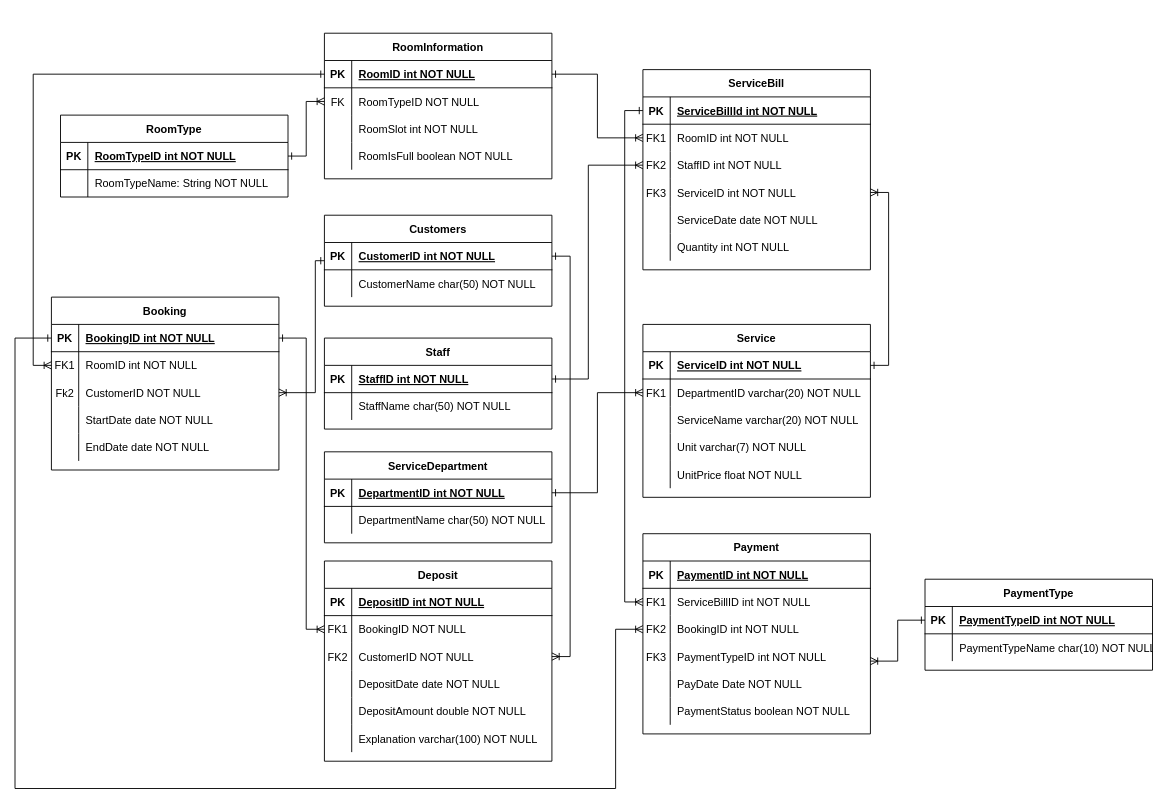
Before: Diagram/Entity Relationship Diagram.drawio in jonathanha52/SE104.L23.PMCL, a draw.io diagram. Source tidied: cells renumbered, new cells numbered last; positions are measured from the earlier drawing's top-left corner, leaving out a move shared by most shapes. Both pictures are drawn from the tidied source at 91%, with x=0, y=0 at pixel (15, 33).
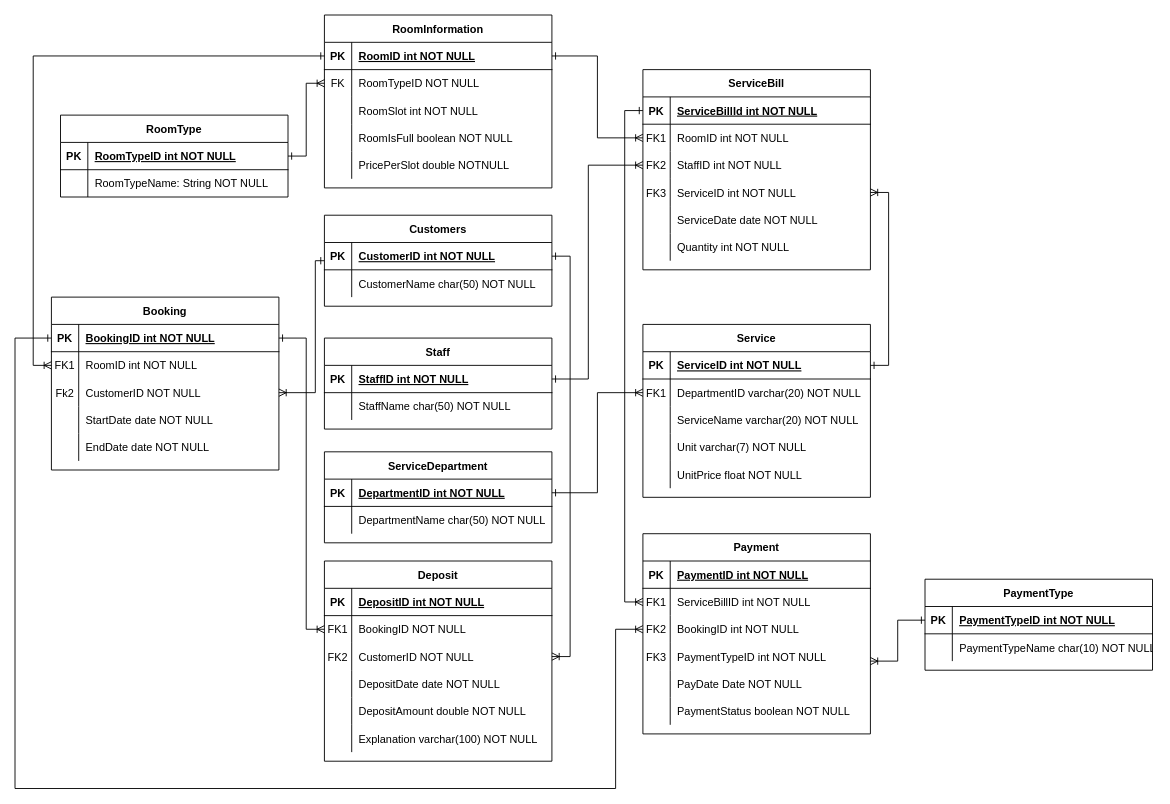
The same page after the edit.

The change refers to these unchanged cells:
```xml
<mxCell id="7" style="shape=partialRectangle;fillColor=none;points=[[0,0.5],[1,0.5]];portConstraint=eastwest;top=0;left=0;right=0;bottom=0;" parent="3" vertex="1">
  <mxGeometry y="60" width="250" height="30" as="geometry" />
</mxCell>
<mxCell id="80" style="shape=partialRectangle;fillColor=none;points=[[0,0.5],[1,0.5]];portConstraint=eastwest;top=0;left=0;right=0;bottom=1;" parent="79" vertex="1">
  <mxGeometry y="30" width="250" height="30" as="geometry" />
</mxCell>
<mxCell id="127" style="shape=partialRectangle;fillColor=none;points=[[0,0.5],[1,0.5]];portConstraint=eastwest;top=0;left=0;right=0;bottom=0;" parent="123" vertex="1">
  <mxGeometry y="60" width="250" height="30" as="geometry" />
</mxCell>
```

What changed in the source:
```diff
@@
     <mxCell id="2" style="endArrow=ERoneToMany;startArrow=ERone;endFill=0;startFill=0;edgeStyle=orthogonalEdgeStyle;rounded=0;exitX=1;exitY=0.5;exitDx=0;exitDy=0;" parent="1" edge="1" source="80" target="7">
       <mxGeometry relative="1" as="geometry">
         <Array as="points">
-          <mxPoint x="640" y="45" />
+          <mxPoint x="640" y="25" />
           <mxPoint x="640" y="115" />
         </Array>
       </mxGeometry>
     </mxCell>
@@
     <mxCell id="79" value="RoomInformation" style="shape=table;startSize=30;childLayout=tableLayout;rowLines=0;fontStyle=1;align=center;" parent="1" vertex="1">
-      <mxGeometry x="340" width="250" height="160" as="geometry" />
+      <mxGeometry x="340" y="-20" width="250" height="190" as="geometry" />
     </mxCell>
@@
+    <mxCell id="151" style="shape=partialRectangle;fillColor=none;top=0;left=0;right=0;bottom=0;" parent="79" vertex="1">
+      <mxGeometry y="150" width="250" height="30" as="geometry" />
+    </mxCell>
+    <mxCell id="152" style="shape=partialRectangle;overflow=hidden;fillColor=none;top=0;left=0;bottom=0;right=0;" parent="151" vertex="1">
+      <mxGeometry width="30" height="30" as="geometry" />
+    </mxCell>
+    <mxCell id="153" value="PricePerSlot double NOTNULL" style="shape=partialRectangle;overflow=hidden;fillColor=none;top=0;left=0;bottom=0;right=0;align=left;spacingLeft=6;" parent="151" vertex="1">
+      <mxGeometry x="30" width="220" height="30" as="geometry" />
+    </mxCell>
@@
-    <mxCell id="139" style="edgeStyle=orthogonalEdgeStyle;rounded=0;jettySize=auto;html=1;startArrow=ERoneToMany;startFill=0;endArrow=ERone;endFill=0;exitX=0;exitY=0.5;exitDx=0;exitDy=0;" parent="1" edge="1" source="127" target="80">
+    <mxCell id="139" style="edgeStyle=orthogonalEdgeStyle;rounded=0;jettySize=auto;html=1;startArrow=ERoneToMany;startFill=0;endArrow=ERone;endFill=0;exitX=0;exitY=0.5;exitDx=0;exitDy=0;entryX=0;entryY=0.5;entryDx=0;entryDy=0;" parent="1" edge="1" source="127" target="80">
       <mxGeometry relative="1" as="geometry">
         <Array as="points">
           <mxPoint x="20" y="365" />
-          <mxPoint x="20" y="45" />
+          <mxPoint x="20" y="25" />
         </Array>
       </mxGeometry>
     </mxCell>
```
